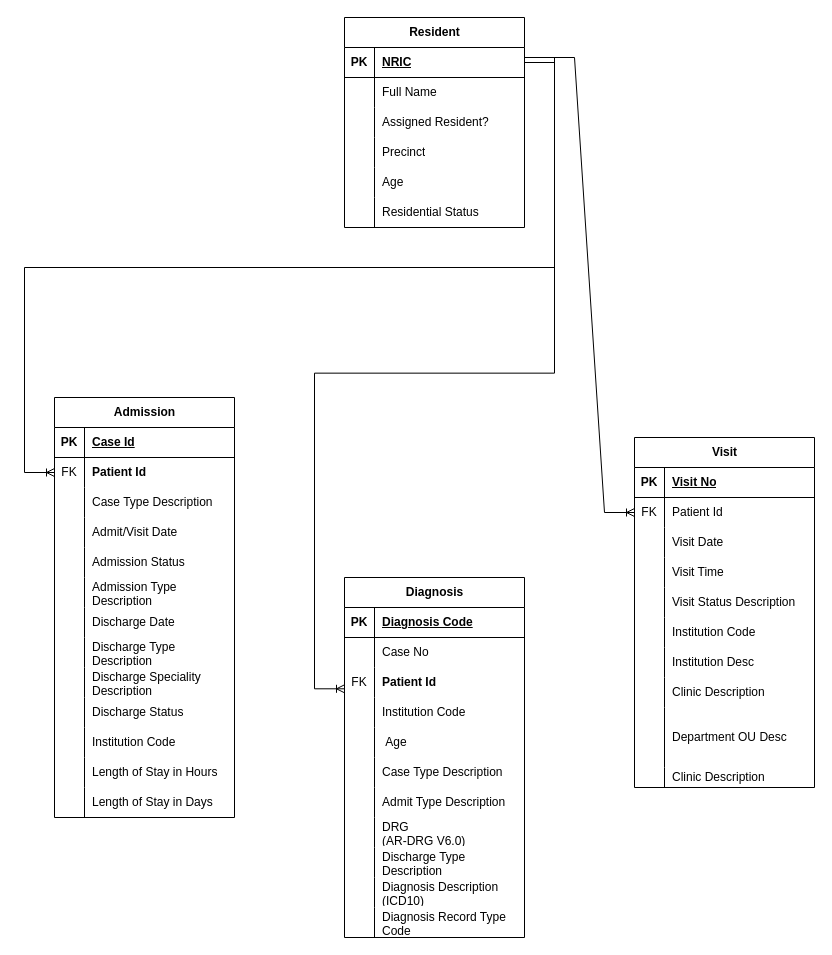
The draw.io diagram Design/eHints Entity Diagram.drawio in pavanmanideep/Tools, before the edit. Source tidied: cells renumbered, new cells numbered last; positions are measured from the earlier drawing's top-left corner, leaving out a move shared by most shapes. Both pictures are drawn from the tidied source at 100%, with x=0, y=0 at pixel (54, 17).
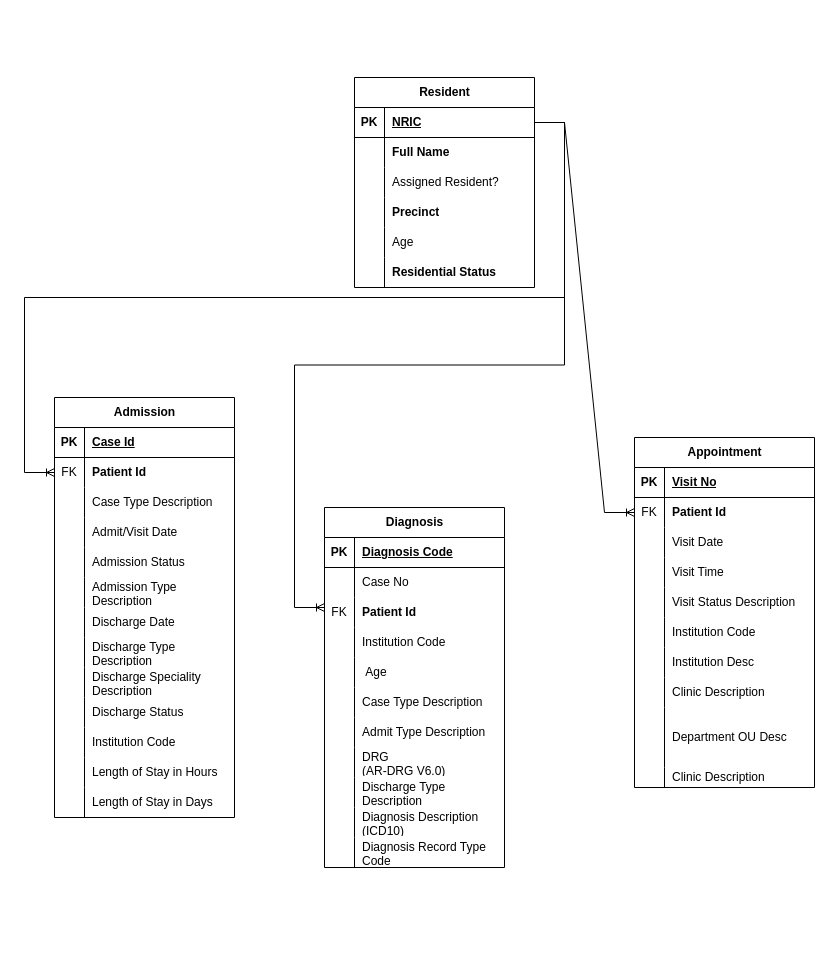
After the change.

Unchanged cells that the change refers to:
```xml
<mxCell id="3" style="shape=tableRow;horizontal=0;startSize=0;swimlaneHead=0;swimlaneBody=0;fillColor=none;points=[[0,0.5],[1,0.5]];portConstraint=eastwest;top=0;left=0;right=0;bottom=1;" parent="2" vertex="1">
  <mxGeometry y="30" width="180" height="30" as="geometry" />
</mxCell>
<mxCell id="6" style="shape=tableRow;horizontal=0;startSize=0;swimlaneHead=0;swimlaneBody=0;fillColor=none;top=0;left=0;right=0;bottom=0;" parent="2" vertex="1">
  <mxGeometry y="60" width="180" height="30" as="geometry" />
</mxCell>
<mxCell id="12" style="shape=tableRow;horizontal=0;startSize=0;swimlaneHead=0;swimlaneBody=0;fillColor=none;top=0;left=0;right=0;bottom=0;" parent="2" vertex="1">
  <mxGeometry y="120" width="180" height="30" as="geometry" />
</mxCell>
<mxCell id="18" style="shape=tableRow;horizontal=0;startSize=0;swimlaneHead=0;swimlaneBody=0;fillColor=none;top=0;left=0;right=0;bottom=0;" parent="2" vertex="1">
  <mxGeometry y="180" width="180" height="30" as="geometry" />
</mxCell>
<mxCell id="65" style="shape=tableRow;horizontal=0;startSize=0;swimlaneHead=0;swimlaneBody=0;fillColor=none;points=[[0,0.5],[1,0.5]];portConstraint=eastwest;top=0;left=0;right=0;bottom=0;" parent="61" vertex="1">
  <mxGeometry y="60" width="180" height="30" as="geometry" />
</mxCell>
```

What changed in the source:
```diff
@@
     <mxCell id="2" value="Resident" style="shape=table;startSize=30;childLayout=tableLayout;rowLines=0;fontStyle=1;align=center;html=1;" parent="1" vertex="1">
-      <mxGeometry x="290" width="180" height="210" as="geometry" />
+      <mxGeometry x="300" y="60" width="180" height="210" as="geometry" />
     </mxCell>
@@
-    <mxCell id="8" value="Full Name" style="shape=partialRectangle;fillColor=none;top=0;left=0;bottom=0;right=0;align=left;spacingLeft=6;overflow=hidden;whiteSpace=wrap;html=1;" parent="6" vertex="1">
+    <mxCell id="8" value="&lt;b&gt;Full Name&lt;/b&gt;" style="shape=partialRectangle;fillColor=none;top=0;left=0;bottom=0;right=0;align=left;spacingLeft=6;overflow=hidden;whiteSpace=wrap;html=1;" parent="6" vertex="1">
       <mxGeometry x="30" width="150" height="30" as="geometry" />
     </mxCell>
@@
-    <mxCell id="14" value="Precinct" style="shape=partialRectangle;fillColor=none;top=0;left=0;bottom=0;right=0;align=left;spacingLeft=6;overflow=hidden;whiteSpace=wrap;html=1;" parent="12" vertex="1">
+    <mxCell id="14" value="&lt;b&gt;Precinct&lt;/b&gt;" style="shape=partialRectangle;fillColor=none;top=0;left=0;bottom=0;right=0;align=left;spacingLeft=6;overflow=hidden;whiteSpace=wrap;html=1;" parent="12" vertex="1">
       <mxGeometry x="30" width="150" height="30" as="geometry" />
     </mxCell>
@@
-    <mxCell id="20" value="Residential Status" style="shape=partialRectangle;fillColor=none;top=0;left=0;bottom=0;right=0;align=left;spacingLeft=6;overflow=hidden;whiteSpace=wrap;html=1;" parent="18" vertex="1">
+    <mxCell id="20" value="&lt;b&gt;Residential Status&lt;/b&gt;" style="shape=partialRectangle;fillColor=none;top=0;left=0;bottom=0;right=0;align=left;spacingLeft=6;overflow=hidden;whiteSpace=wrap;html=1;" parent="18" vertex="1">
       <mxGeometry x="30" width="150" height="30" as="geometry" />
     </mxCell>
@@
-    <mxCell id="61" value="Visit" style="shape=table;startSize=30;childLayout=tableLayout;rowLines=0;fontStyle=1;align=center;html=1;" parent="1" vertex="1">
+    <mxCell id="61" value="Appointment" style="shape=table;startSize=30;childLayout=tableLayout;rowLines=0;fontStyle=1;align=center;html=1;" parent="1" vertex="1">
       <mxGeometry x="580" y="420" width="180" height="350" as="geometry" />
     </mxCell>
@@
-    <mxCell id="67" value="Patient Id" style="shape=partialRectangle;fillColor=none;top=0;left=0;bottom=0;right=0;align=left;spacingLeft=6;overflow=hidden;whiteSpace=wrap;html=1;" parent="65" vertex="1">
+    <mxCell id="67" value="&lt;b&gt;Patient Id&lt;/b&gt;" style="shape=partialRectangle;fillColor=none;top=0;left=0;bottom=0;right=0;align=left;spacingLeft=6;overflow=hidden;whiteSpace=wrap;html=1;" parent="65" vertex="1">
       <mxGeometry x="30" width="150" height="30" as="geometry" />
     </mxCell>
@@
     <mxCell id="92" value="Diagnosis" style="shape=table;startSize=30;childLayout=tableLayout;rowLines=0;fontStyle=1;align=center;html=1;" parent="1" vertex="1">
-      <mxGeometry x="290" y="560" width="180" height="360" as="geometry" />
+      <mxGeometry x="270" y="490" width="180" height="360" as="geometry" />
     </mxCell>
@@
-    <mxCell id="127" style="edgeStyle=entityRelationEdgeStyle;fontSize=12;html=1;endArrow=ERoneToMany;rounded=0;" parent="1" edge="1">
+    <mxCell id="127" style="edgeStyle=entityRelationEdgeStyle;fontSize=12;html=1;endArrow=ERoneToMany;rounded=0;exitX=1;exitY=0.5;exitDx=0;exitDy=0;" parent="1" edge="1" source="3">
       <mxGeometry relative="1" as="geometry">
-        <mxPoint x="470" y="40" as="sourcePoint" />
-        <mxPoint x="290" y="671.3" as="targetPoint" />
+        <mxPoint x="270" y="590" as="targetPoint" />
         <Array as="points">
           <mxPoint x="60" y="320" />
         </Array>
       </mxGeometry>
     </mxCell>
-    <mxCell id="128" style="edgeStyle=entityRelationEdgeStyle;fontSize=12;html=1;endArrow=ERoneToMany;rounded=0;" parent="1" edge="1" target="65">
+    <mxCell id="128" style="edgeStyle=entityRelationEdgeStyle;fontSize=12;html=1;endArrow=ERoneToMany;rounded=0;exitX=1;exitY=0.5;exitDx=0;exitDy=0;" parent="1" edge="1" source="3" target="65">
       <mxGeometry relative="1" as="geometry">
-        <mxPoint x="490" y="40" as="sourcePoint" />
         <Array as="points">
           <mxPoint x="530" y="190" />
         </Array>
       </mxGeometry>
     </mxCell>
```
